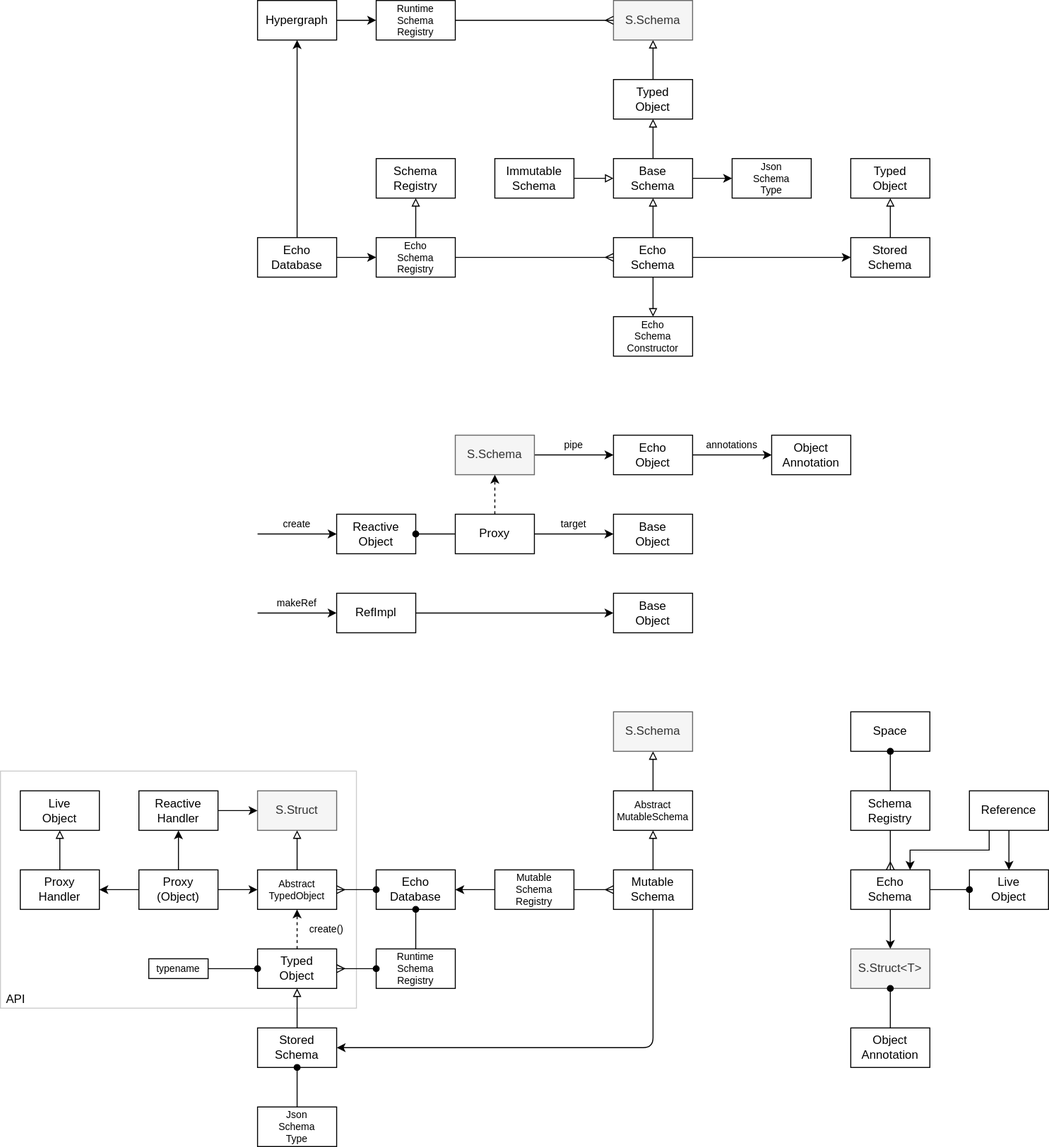
Above: packages/core/echo/echo-schema/docs/schema.drawio.svg in dxos/dxos (draw.io), before the change. Source tidied: cells renumbered, new cells last; positions are measured from the earlier drawing's top-left corner, leaving out a move shared by most shapes.
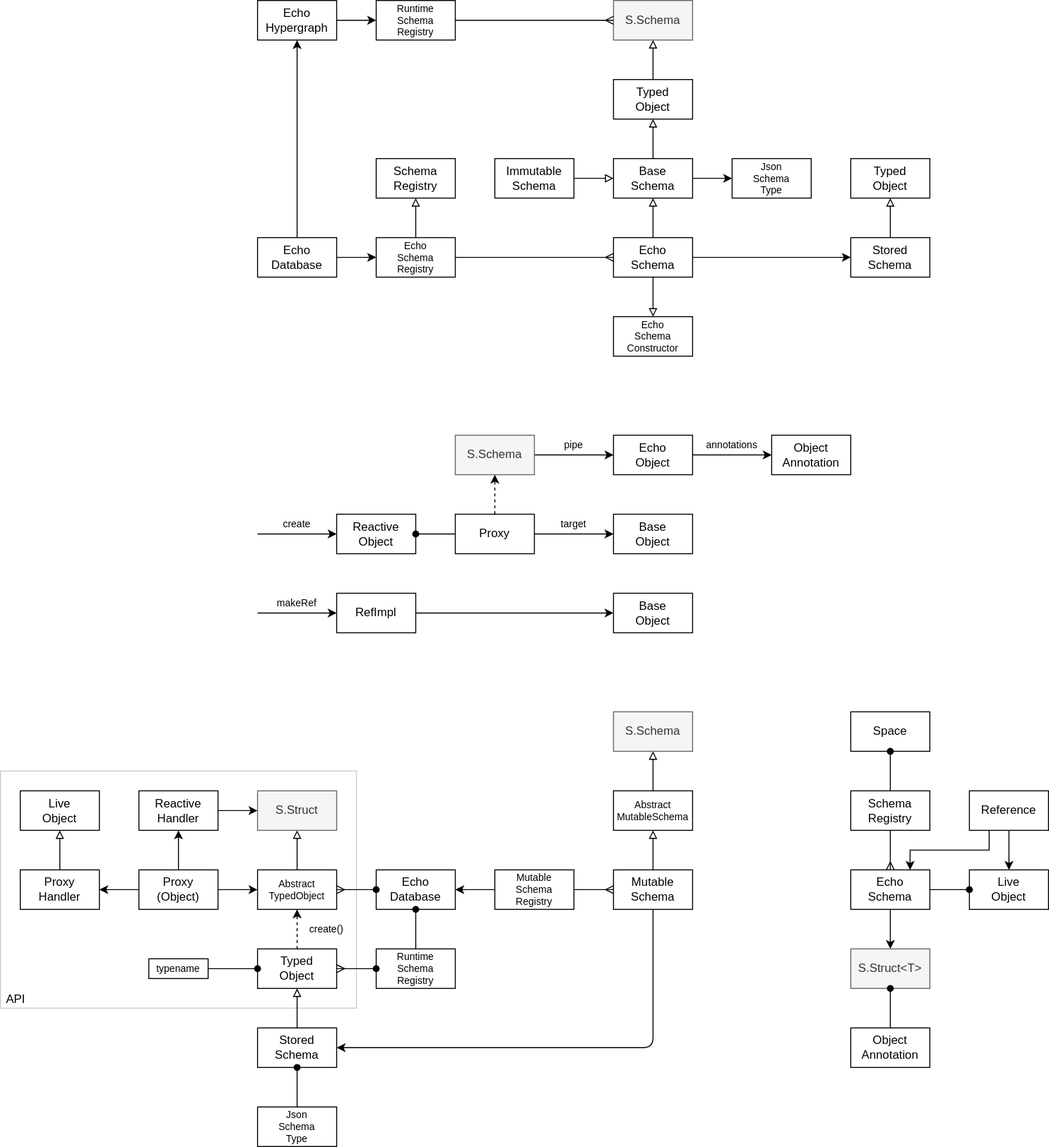
After the change.

The edit, as a diff of the source:
```diff
@@ -234,7 +234,7 @@
     <mxCell id="74" style="edgeStyle=none;html=1;exitX=1;exitY=0.5;exitDx=0;exitDy=0;" parent="1" edge="1" source="75" target="66">
       <mxGeometry relative="1" as="geometry" />
     </mxCell>
-    <mxCell id="75" value="Hypergraph" style="rounded=0;whiteSpace=wrap;html=1;fontSize=12;" parent="1" vertex="1">
+    <mxCell id="75" value="Echo&lt;br&gt;Hypergraph" style="rounded=0;whiteSpace=wrap;html=1;fontSize=12;" parent="1" vertex="1">
       <mxGeometry x="260" width="80" height="40" as="geometry" />
     </mxCell>
     <mxCell id="76" style="edgeStyle=none;html=1;endArrow=block;endFill=0;" parent="1" edge="1" source="77" target="78">
```
